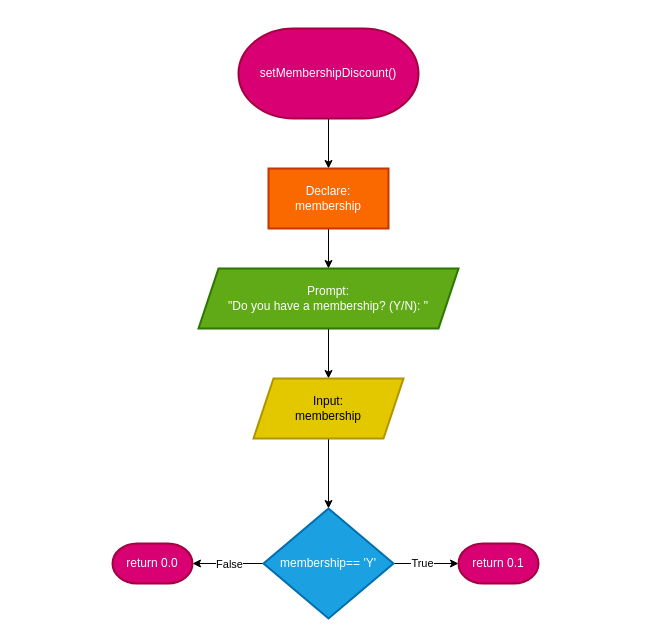
shahxvi/csc126-group-project keeps this draw.io diagram as Flowcharts (draw.io)/21. setMembershipDiscount.drawio. Above is the earlier version. Source tidied: cells renumbered, new cells numbered last; positions are measured from the earlier drawing's top-left corner, leaving out a move shared by most shapes. Both pictures are drawn from the tidied source at 100%, with x=0, y=0 at pixel (112, 28).
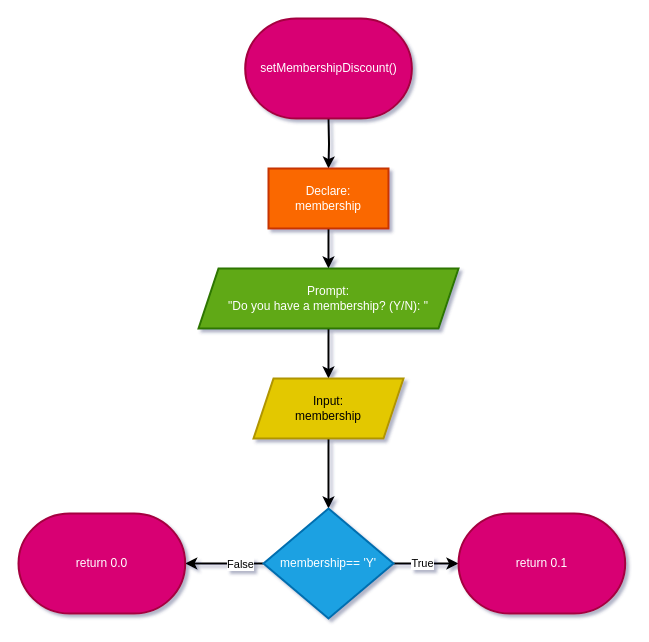
The same diagram, later.

Diff of the diagram source:
```diff
@@
-<mxGraphModel>
+<mxGraphModel shadow="1">
   <root>
     <mxCell id="0" />
     <mxCell id="1" parent="0" />
-    <mxCell id="2" style="edgeStyle=orthogonalEdgeStyle;rounded=0;jettySize=auto;html=1;" parent="1" edge="1" source="3" target="5">
-      <mxGeometry relative="1" as="geometry" />
+    <mxCell id="2" style="edgeStyle=orthogonalEdgeStyle;rounded=0;jettySize=auto;html=1;textShadow=0;strokeWidth=2;" parent="1" edge="1" target="5">
+      <mxGeometry relative="1" as="geometry">
+        <mxPoint x="216" y="90" as="sourcePoint" />
+      </mxGeometry>
     </mxCell>
-    <mxCell id="3" value="setMembershipDiscount()" style="strokeWidth=2;html=1;shape=mxgraph.flowchart.terminator;whiteSpace=wrap;fillColor=#d80073;fontColor=#ffffff;strokeColor=#A50040;" parent="1" vertex="1">
-      <mxGeometry x="126" width="180" height="90" as="geometry" />
-    </mxCell>
-    <mxCell id="4" style="edgeStyle=orthogonalEdgeStyle;rounded=0;jettySize=auto;html=1;" parent="1" edge="1" source="5" target="7">
+    <mxCell id="4" style="edgeStyle=orthogonalEdgeStyle;rounded=0;jettySize=auto;html=1;textShadow=0;strokeWidth=2;" parent="1" edge="1" source="5" target="7">
       <mxGeometry relative="1" as="geometry" />
     </mxCell>
-    <mxCell id="5" value="Declare:&lt;div&gt;membership&lt;/div&gt;" style="whiteSpace=wrap;html=1;strokeWidth=2;fillColor=#fa6800;fontColor=#FFFFFF;strokeColor=#C73500;" parent="1" vertex="1">
+    <mxCell id="5" value="Declare:&lt;div&gt;membership&lt;/div&gt;" style="whiteSpace=wrap;html=1;strokeWidth=2;fillColor=#fa6800;fontColor=#FFFFFF;strokeColor=#C73500;textShadow=0;" parent="1" vertex="1">
       <mxGeometry x="156" y="140" width="120" height="60" as="geometry" />
     </mxCell>
-    <mxCell id="6" style="edgeStyle=orthogonalEdgeStyle;rounded=0;jettySize=auto;html=1;" parent="1" edge="1" source="7" target="9">
+    <mxCell id="6" style="edgeStyle=orthogonalEdgeStyle;rounded=0;jettySize=auto;html=1;textShadow=0;strokeWidth=2;" parent="1" edge="1" source="7" target="9">
       <mxGeometry relative="1" as="geometry" />
     </mxCell>
-    <mxCell id="7" value="Prompt:&lt;div&gt;&quot;Do you have a membership? (Y/N): &quot;&lt;/div&gt;" style="shape=parallelogram;perimeter=parallelogramPerimeter;whiteSpace=wrap;html=1;fixedSize=1;fillColor=#60a917;strokeColor=#2D7600;fontColor=#ffffff;strokeWidth=2;" parent="1" vertex="1">
+    <mxCell id="7" value="Prompt:&lt;div&gt;&quot;Do you have a membership? (Y/N): &quot;&lt;/div&gt;" style="shape=parallelogram;perimeter=parallelogramPerimeter;whiteSpace=wrap;html=1;fixedSize=1;fillColor=#60a917;strokeColor=#2D7600;fontColor=#ffffff;strokeWidth=2;textShadow=0;" parent="1" vertex="1">
       <mxGeometry x="86" y="240" width="260" height="60" as="geometry" />
     </mxCell>
-    <mxCell id="8" style="edgeStyle=orthogonalEdgeStyle;rounded=0;jettySize=auto;html=1;" parent="1" edge="1" source="9" target="14">
+    <mxCell id="8" style="edgeStyle=orthogonalEdgeStyle;rounded=0;jettySize=auto;html=1;textShadow=0;strokeWidth=2;" parent="1" edge="1" source="9" target="14">
       <mxGeometry relative="1" as="geometry" />
     </mxCell>
-    <mxCell id="9" value="Input:&lt;div&gt;membership&lt;/div&gt;" style="shape=parallelogram;perimeter=parallelogramPerimeter;whiteSpace=wrap;html=1;fixedSize=1;fillColor=#E3C800;strokeColor=#B09500;fontColor=default;strokeWidth=2;align=center;verticalAlign=middle;fontFamily=Helvetica;fontSize=12;" parent="1" vertex="1">
+    <mxCell id="9" value="Input:&lt;div&gt;membership&lt;/div&gt;" style="shape=parallelogram;perimeter=parallelogramPerimeter;whiteSpace=wrap;html=1;fixedSize=1;fillColor=#E3C800;strokeColor=#B09500;fontColor=default;strokeWidth=2;align=center;verticalAlign=middle;fontFamily=Helvetica;fontSize=12;textShadow=0;" parent="1" vertex="1">
       <mxGeometry x="141" y="350" width="150" height="60" as="geometry" />
     </mxCell>
-    <mxCell id="10" style="edgeStyle=orthogonalEdgeStyle;rounded=0;jettySize=auto;html=1;" parent="1" edge="1" source="14" target="15">
-      <mxGeometry relative="1" as="geometry" />
+    <mxCell id="10" style="edgeStyle=orthogonalEdgeStyle;rounded=0;jettySize=auto;html=1;textShadow=0;strokeWidth=2;" parent="1" edge="1" source="14">
+      <mxGeometry relative="1" as="geometry">
+        <mxPoint x="346" y="535" as="targetPoint" />
+      </mxGeometry>
     </mxCell>
-    <mxCell id="11" value="True" style="edgeLabel;html=1;align=center;verticalAlign=middle;" parent="10" vertex="1">
+    <mxCell id="11" value="True" style="edgeLabel;html=1;align=center;verticalAlign=middle;textShadow=0;" parent="10" vertex="1">
       <mxGeometry x="-0.14" y="-1" relative="1" as="geometry">
         <mxPoint y="-2" as="offset" />
       </mxGeometry>
     </mxCell>
-    <mxCell id="12" style="edgeStyle=orthogonalEdgeStyle;rounded=0;jettySize=auto;html=1;" parent="1" edge="1" source="14" target="16">
+    <mxCell id="12" style="edgeStyle=orthogonalEdgeStyle;rounded=0;jettySize=auto;html=1;textShadow=0;entryX=1;entryY=0.5;entryDx=0;entryDy=0;entryPerimeter=0;strokeWidth=2;" parent="1" edge="1" source="14" target="16">
       <mxGeometry relative="1" as="geometry" />
     </mxCell>
-    <mxCell id="13" value="False" style="edgeLabel;html=1;align=center;verticalAlign=middle;" parent="12" vertex="1">
+    <mxCell id="13" value="False" style="edgeLabel;html=1;align=center;verticalAlign=middle;textShadow=0;" parent="12" vertex="1">
       <mxGeometry x="0.11" relative="1" as="geometry">
-        <mxPoint x="4" as="offset" />
+        <mxPoint x="19" as="offset" />
       </mxGeometry>
     </mxCell>
-    <mxCell id="14" value="membership== 'Y'" style="rhombus;whiteSpace=wrap;html=1;fillColor=#1ba1e2;strokeColor=#006EAF;strokeWidth=2;fontColor=#ffffff;" parent="1" vertex="1">
+    <mxCell id="14" value="membership== 'Y'" style="rhombus;whiteSpace=wrap;html=1;fillColor=#1ba1e2;strokeColor=#006EAF;strokeWidth=2;fontColor=#ffffff;textShadow=0;" parent="1" vertex="1">
       <mxGeometry x="151" y="480" width="130" height="110" as="geometry" />
     </mxCell>
+    <mxCell id="3" value="&lt;span style=&quot;color: rgb(255, 255, 255);&quot;&gt;setMembershipDiscount()&lt;/span&gt;" style="strokeWidth=2;html=1;shape=mxgraph.flowchart.terminator;whiteSpace=wrap;fillColor=#d80073;fontColor=#ffffff;strokeColor=#A50040;" parent="1" vertex="1">
+      <mxGeometry x="132.7" y="-10" width="166.7" height="100" as="geometry" />
+    </mxCell>
-    <mxCell id="15" value="return 0.1" style="strokeWidth=2;html=1;shape=mxgraph.flowchart.terminator;whiteSpace=wrap;fillColor=#d80073;fontColor=#ffffff;strokeColor=#A50040;" parent="1" vertex="1">
-      <mxGeometry x="346" y="515" width="80" height="40" as="geometry" />
+    <mxCell id="15" value="&lt;span style=&quot;color: rgb(255, 255, 255);&quot;&gt;return 0.1&lt;/span&gt;" style="strokeWidth=2;html=1;shape=mxgraph.flowchart.terminator;whiteSpace=wrap;fillColor=#d80073;fontColor=#ffffff;strokeColor=#A50040;" parent="1" vertex="1">
+      <mxGeometry x="346" y="485" width="166.7" height="100" as="geometry" />
     </mxCell>
-    <mxCell id="16" value="return 0.0" style="strokeWidth=2;html=1;shape=mxgraph.flowchart.terminator;whiteSpace=wrap;fillColor=#d80073;fontColor=#ffffff;strokeColor=#A50040;" parent="1" vertex="1">
-      <mxGeometry y="515" width="80" height="40" as="geometry" />
+    <mxCell id="16" value="&lt;span style=&quot;color: rgb(255, 255, 255);&quot;&gt;return 0.0&lt;/span&gt;" style="strokeWidth=2;html=1;shape=mxgraph.flowchart.terminator;whiteSpace=wrap;fillColor=#d80073;fontColor=#ffffff;strokeColor=#A50040;" parent="1" vertex="1">
+      <mxGeometry x="-94" y="485" width="166.7" height="100" as="geometry" />
     </mxCell>
   </root>
 </mxGraphModel>
```
